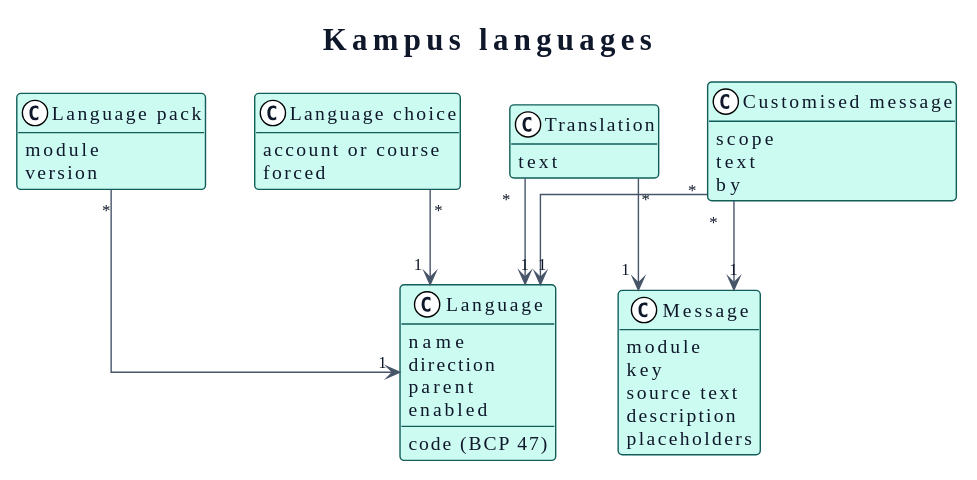
Earlier version of the PlantUML export docs/00-domain-model/languages.svg (didactika/kampus).
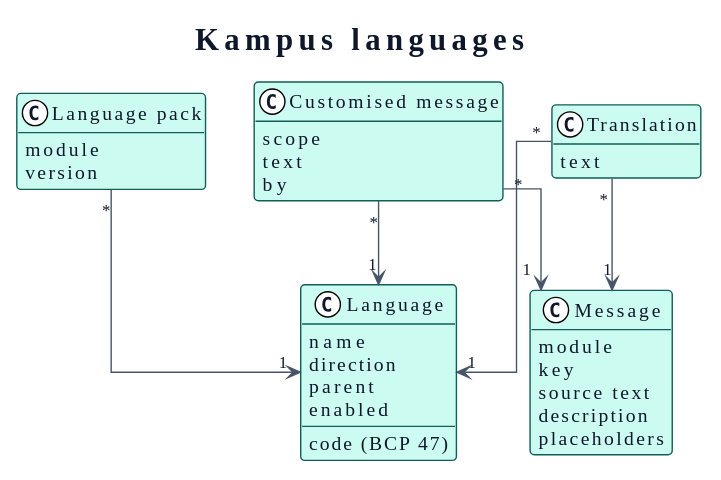
The same diagram one commit later.

Change to the diagram source:
```diff
@@ -133,15 +133,10 @@
   text
   by
 }
-class "Language choice" as Languagechoice {
-  account or course
-  forced
-}
 
 Languagepack "*" --> "1" Language
 Translation "*" --> "1" Message
 Translation "*" --> "1" Language
 Customisedmessage "*" --> "1" Message
 Customisedmessage "*" --> "1" Language
-Languagechoice "*" --> "1" Language
 @enduml
```
